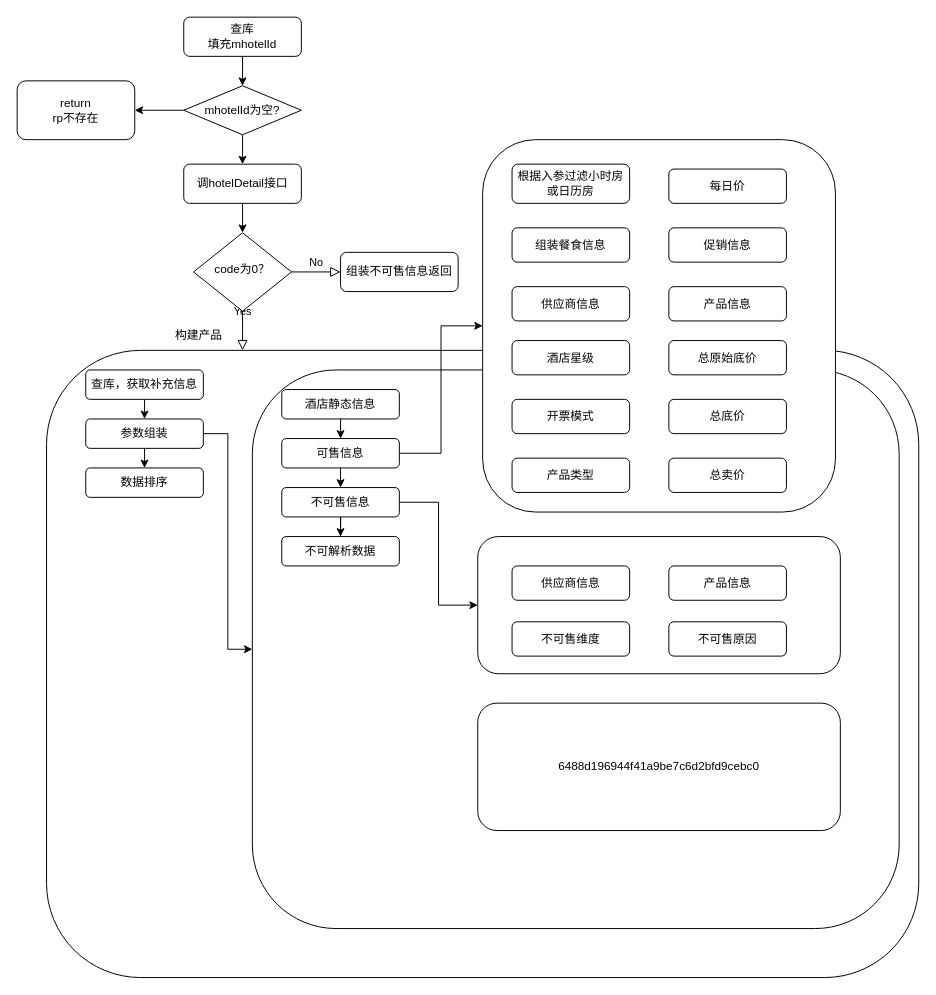
Before: nb/可视化工具和实时查询工具整合流程图.drawio in zhenjie-chen/diagrams, a draw.io diagram. Source tidied: cells renumbered, new cells numbered last; positions are measured from the earlier drawing's top-left corner, leaving out a move shared by most shapes. Both pictures are drawn from the tidied source at 98%, with x=0, y=0 at pixel (17, 17).
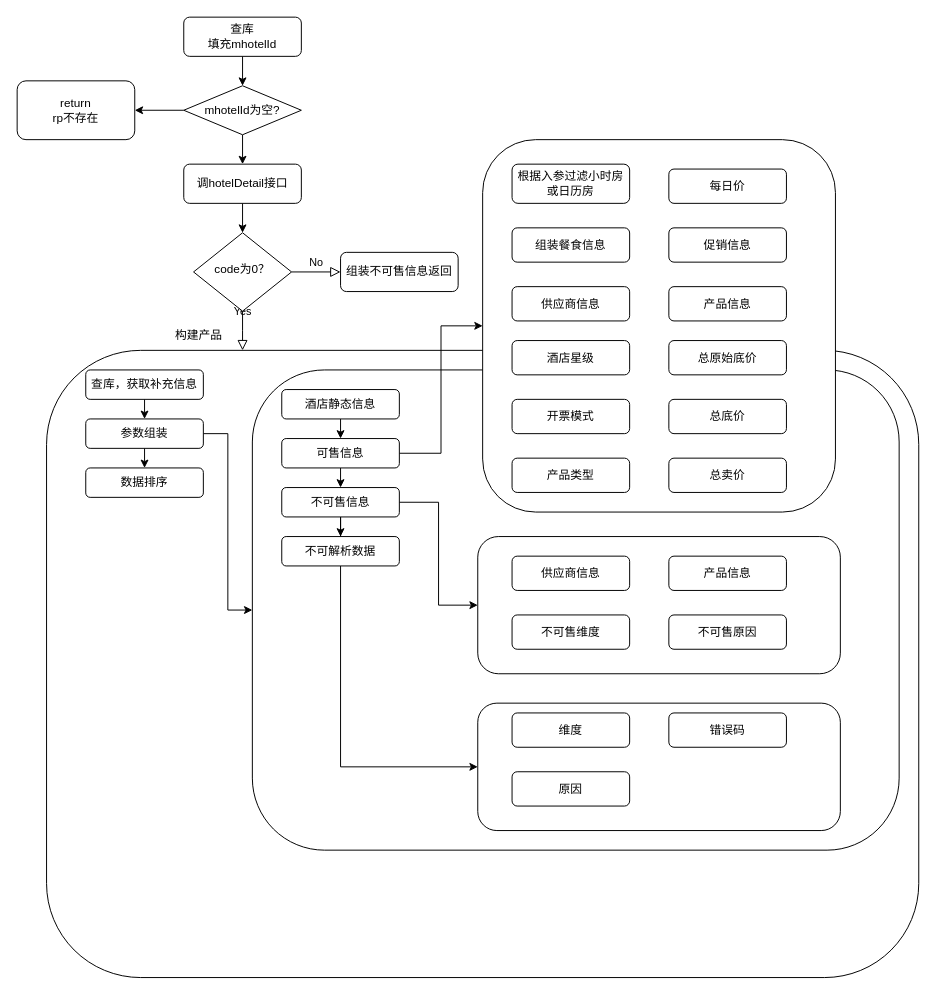
Above is the later version.

Commit message (it also covers changes not shown here):
更新可视化工具和实时查询工具整合流程图.drawio

Unchanged cells that the change refers to:
```xml
<mxCell id="31" value="不可解析数据" style="rounded=1;whiteSpace=wrap;html=1;" parent="1" vertex="1">
  <mxGeometry x="270" y="530" width="120" height="30" as="geometry" />
</mxCell>
```

The edit, as a diff of the source:
```diff
@@
     <mxCell id="22" style="rounded=1;whiteSpace=wrap;html=1;" parent="1" vertex="1">
-      <mxGeometry x="240" y="360" width="660" height="570" as="geometry" />
+      <mxGeometry x="240" y="360" width="660" height="490" as="geometry" />
     </mxCell>
@@
+    <mxCell id="51" style="edgeStyle=orthogonalEdgeStyle;rounded=0;jettySize=auto;html=1;exitX=0.5;exitY=1;exitDx=0;exitDy=0;entryX=0;entryY=0.5;entryDx=0;entryDy=0;" parent="1" edge="1" source="31" target="50">
+      <mxGeometry relative="1" as="geometry" />
+    </mxCell>
@@
     <mxCell id="46" value="供应商信息" style="rounded=1;whiteSpace=wrap;html=1;" parent="1" vertex="1">
-      <mxGeometry x="505" y="560" width="120" height="35" as="geometry" />
+      <mxGeometry x="505" y="550" width="120" height="35" as="geometry" />
     </mxCell>
     <mxCell id="47" value="产品信息" style="rounded=1;whiteSpace=wrap;html=1;" parent="1" vertex="1">
-      <mxGeometry x="665" y="560" width="120" height="35" as="geometry" />
+      <mxGeometry x="665" y="550" width="120" height="35" as="geometry" />
     </mxCell>
     <mxCell id="48" value="不可售维度" style="rounded=1;whiteSpace=wrap;html=1;" parent="1" vertex="1">
-      <mxGeometry x="505" y="617" width="120" height="35" as="geometry" />
+      <mxGeometry x="505" y="610" width="120" height="35" as="geometry" />
     </mxCell>
     <mxCell id="49" value="不可售原因" style="rounded=1;whiteSpace=wrap;html=1;" parent="1" vertex="1">
-      <mxGeometry x="665" y="617" width="120" height="35" as="geometry" />
+      <mxGeometry x="665" y="610" width="120" height="35" as="geometry" />
     </mxCell>
-    <mxCell id="50" value="6488d196944f41a9be7c6d2bfd9cebc0" style="rounded=1;whiteSpace=wrap;html=1;" parent="1" vertex="1">
+    <mxCell id="50" style="rounded=1;whiteSpace=wrap;html=1;" parent="1" vertex="1">
       <mxGeometry x="470" y="700" width="370" height="130" as="geometry" />
     </mxCell>
+    <mxCell id="52" value="维度" style="rounded=1;whiteSpace=wrap;html=1;" parent="1" vertex="1">
+      <mxGeometry x="505" y="710" width="120" height="35" as="geometry" />
+    </mxCell>
+    <mxCell id="53" value="错误码" style="rounded=1;whiteSpace=wrap;html=1;" parent="1" vertex="1">
+      <mxGeometry x="665" y="710" width="120" height="35" as="geometry" />
+    </mxCell>
+    <mxCell id="54" value="原因" style="rounded=1;whiteSpace=wrap;html=1;" parent="1" vertex="1">
+      <mxGeometry x="505" y="770" width="120" height="35" as="geometry" />
+    </mxCell>
```
